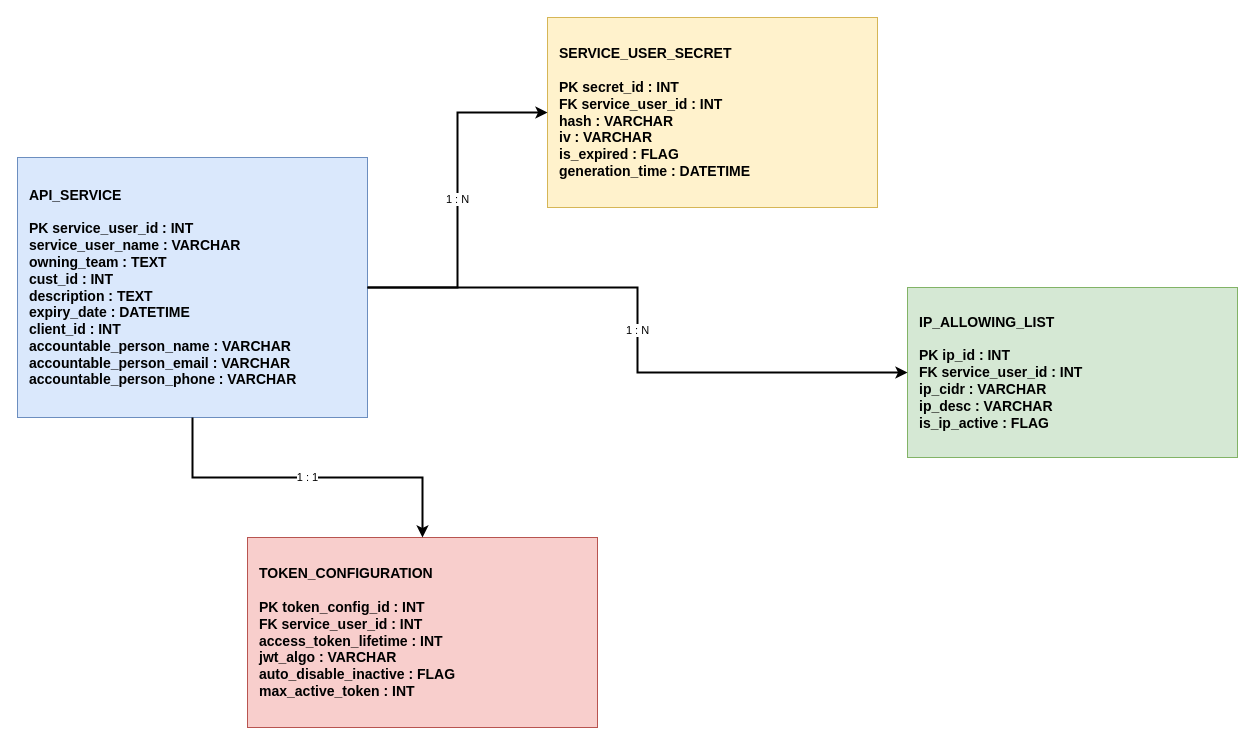
Above: page "Page-1" (1 of 2) of iRM API Layer — Security Architecture Enhancements -Entity Diagram.drawio in apsingh911/draw.io (draw.io), before the change. Source tidied: cells renumbered, new cells numbered last; positions are measured from the earlier drawing's top-left corner, leaving out a move shared by most shapes. Both pictures are drawn from the tidied source at 100%, with x=0, y=0 at pixel (17, 17).
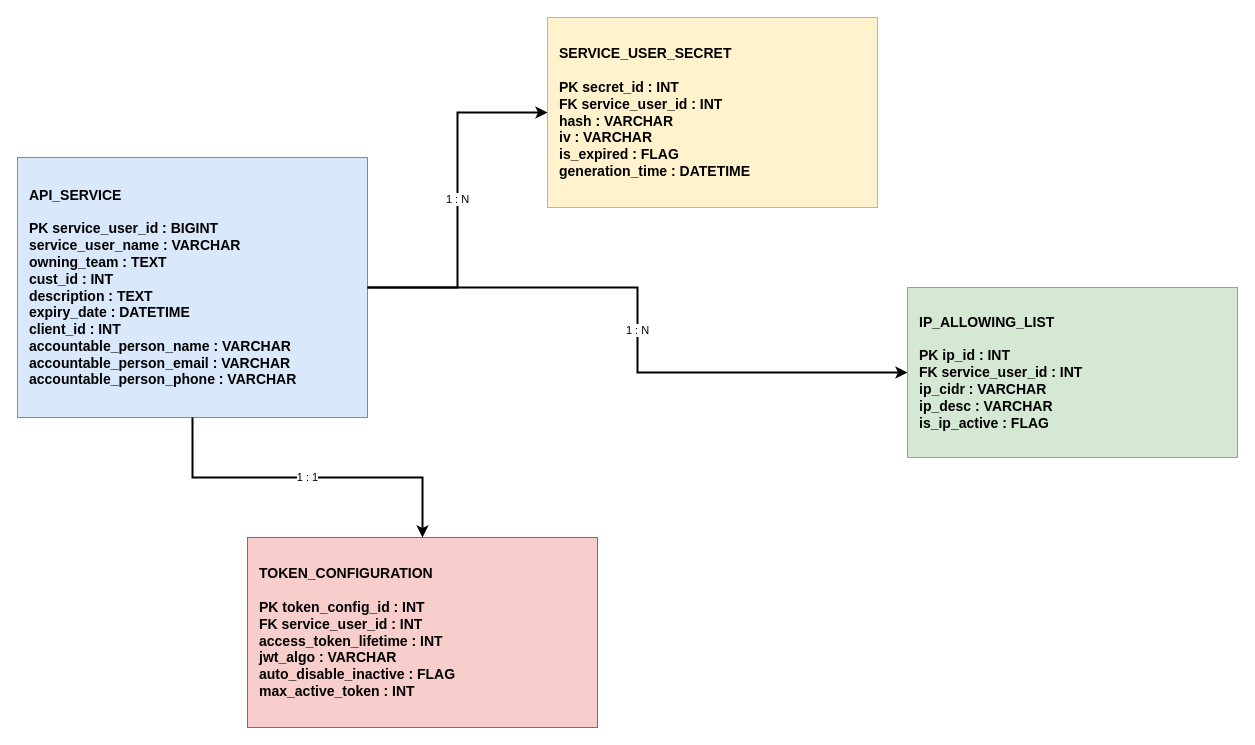
The same page after the edit.

Change to the diagram source:
```diff
@@
 <mxGraphModel>
   <root>
     <mxCell id="0" />
     <mxCell id="1" parent="0" />
-    <mxCell id="2" value="API_SERVICE&#10;&#10;PK service_user_id : INT&#10;service_user_name : VARCHAR&#10;owning_team : TEXT&#10;cust_id : INT&#10;description : TEXT&#10;expiry_date : DATETIME&#10;client_id : INT&#10;accountable_person_name : VARCHAR&#10;accountable_person_email : VARCHAR&#10;accountable_person_phone : VARCHAR" style="rounded=0;whiteSpace=wrap;html=1;fillColor=#dae8fc;strokeColor=#6c8ebf;fontSize=14;fontStyle=1;align=left;spacingLeft=10;" parent="1" vertex="1">
+    <mxCell id="2" value="API_SERVICE&lt;br&gt;&lt;br&gt;PK service_user_id : BIGINT&lt;br&gt;service_user_name : VARCHAR&lt;br&gt;owning_team : TEXT&lt;br&gt;cust_id : INT&lt;br&gt;description : TEXT&lt;br&gt;expiry_date : DATETIME&lt;br&gt;client_id : INT&lt;br&gt;accountable_person_name : VARCHAR&lt;br&gt;accountable_person_email : VARCHAR&lt;br&gt;accountable_person_phone : VARCHAR" style="rounded=0;whiteSpace=wrap;html=1;fillColor=#dae8fc;strokeColor=#6c8ebf;fontSize=14;fontStyle=1;align=left;spacingLeft=10;" parent="1" vertex="1">
       <mxGeometry y="140" width="350" height="260" as="geometry" />
     </mxCell>
     <mxCell id="3" value="SERVICE_USER_SECRET&#10;&#10;PK secret_id : INT&#10;FK service_user_id : INT&#10;hash : VARCHAR&#10;iv : VARCHAR&#10;is_expired : FLAG&#10;generation_time : DATETIME" style="rounded=0;whiteSpace=wrap;html=1;fillColor=#fff2cc;strokeColor=#d6b656;fontSize=14;fontStyle=1;align=left;spacingLeft=10;" parent="1" vertex="1">
       <mxGeometry x="530" width="330" height="190" as="geometry" />
     </mxCell>
     <mxCell id="4" value="IP_ALLOWING_LIST&#10;&#10;PK ip_id : INT&#10;FK service_user_id : INT&#10;ip_cidr : VARCHAR&#10;ip_desc : VARCHAR&#10;is_ip_active : FLAG" style="rounded=0;whiteSpace=wrap;html=1;fillColor=#d5e8d4;strokeColor=#82b366;fontSize=14;fontStyle=1;align=left;spacingLeft=10;" parent="1" vertex="1">
       <mxGeometry x="890" y="270" width="330" height="170" as="geometry" />
     </mxCell>
     <mxCell id="5" value="TOKEN_CONFIGURATION&#10;&#10;PK token_config_id : INT&#10;FK service_user_id : INT&#10;access_token_lifetime : INT&#10;jwt_algo : VARCHAR&#10;auto_disable_inactive : FLAG&#10;max_active_token : INT" style="rounded=0;whiteSpace=wrap;html=1;fillColor=#f8cecc;strokeColor=#b85450;fontSize=14;fontStyle=1;align=left;spacingLeft=10;" parent="1" vertex="1">
       <mxGeometry x="230" y="520" width="350" height="190" as="geometry" />
     </mxCell>
     <mxCell id="6" value="1 : N" style="edgeStyle=orthogonalEdgeStyle;rounded=0;html=1;strokeWidth=2;" parent="1" edge="1" source="2" target="3">
       <mxGeometry relative="1" as="geometry" />
     </mxCell>
     <mxCell id="7" value="1 : N" style="edgeStyle=orthogonalEdgeStyle;rounded=0;html=1;strokeWidth=2;" parent="1" edge="1" source="2" target="4">
       <mxGeometry relative="1" as="geometry" />
     </mxCell>
     <mxCell id="8" value="1 : 1" style="edgeStyle=orthogonalEdgeStyle;rounded=0;html=1;strokeWidth=2;" parent="1" edge="1" source="2" target="5">
       <mxGeometry relative="1" as="geometry" />
     </mxCell>
   </root>
 </mxGraphModel>
```
